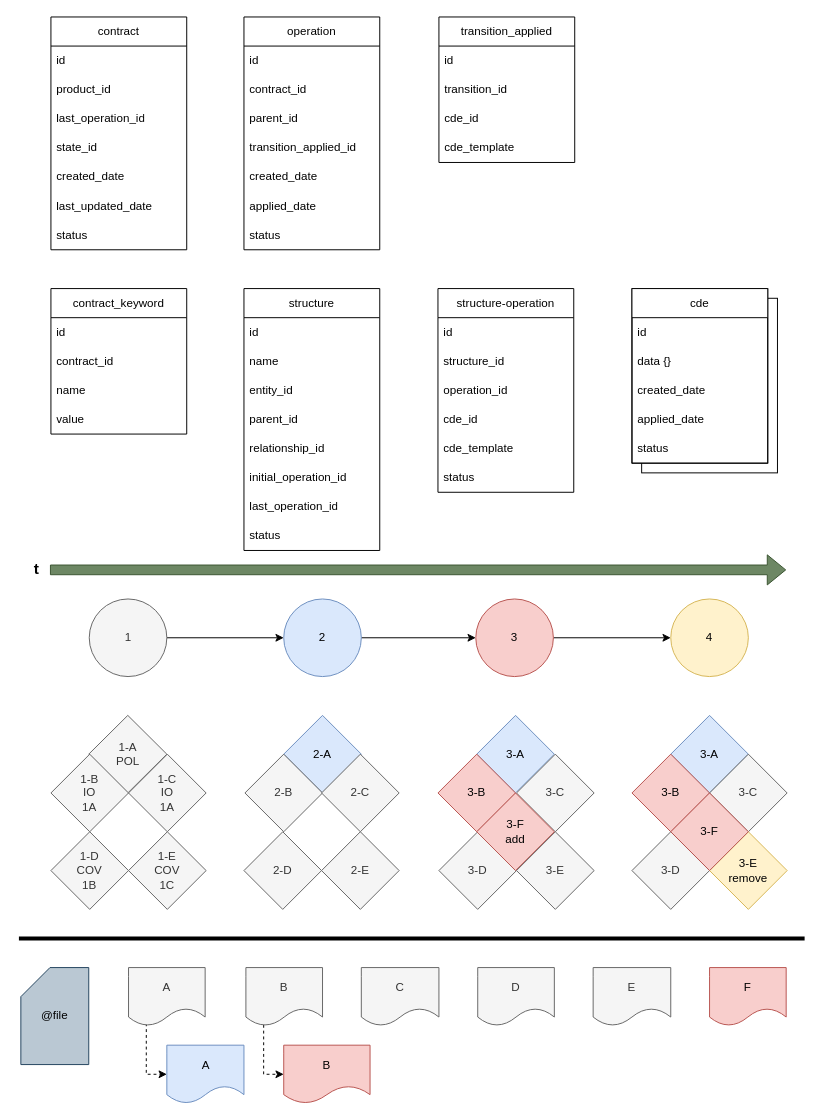
saman-core/docs keeps this draw.io diagram as page "Página-2" (7 of 8) of event.drawio. Above is the earlier version. Source tidied: cells renumbered, new cells numbered last; positions are measured from the earlier drawing's top-left corner, leaving out a move shared by most shapes. Both pictures are drawn from the tidied source at 97%, with x=0, y=0 at pixel (18, 16).
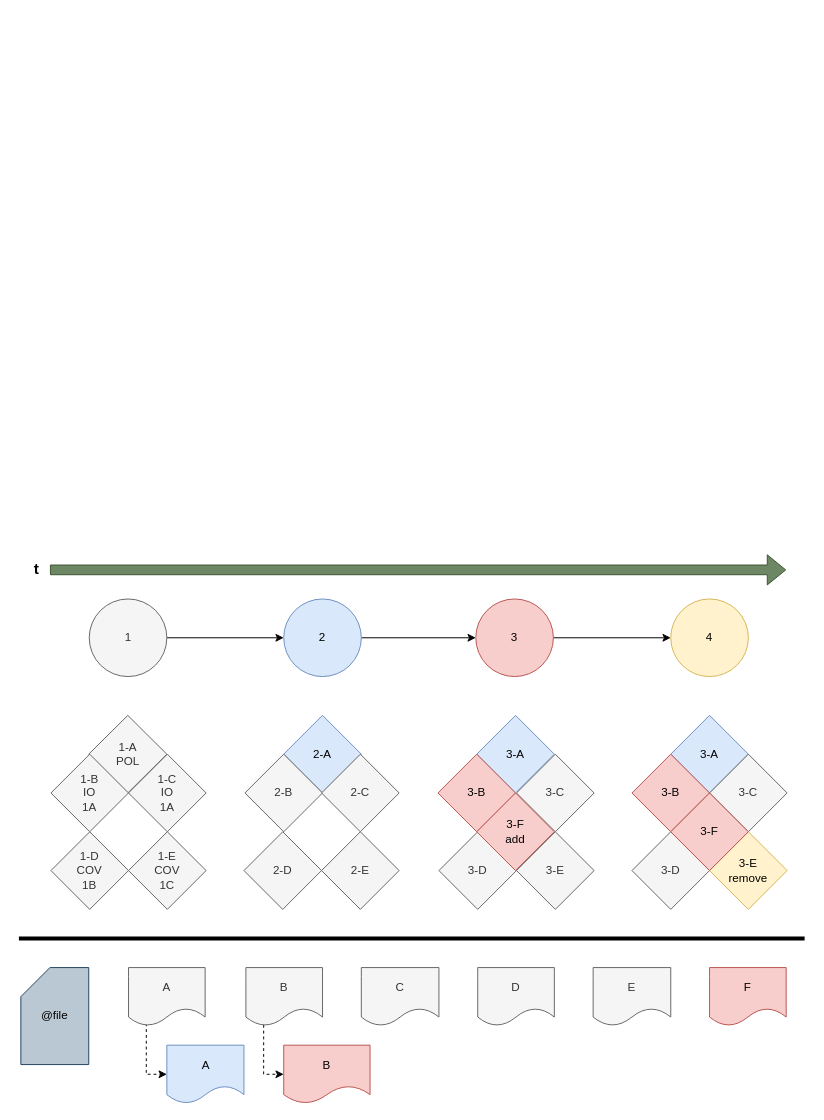
Above is the later version.

Change to the diagram source:
```diff
@@
-    <mxCell id="2" style="rounded=0;whiteSpace=wrap;html=1;" parent="1" vertex="1">
-      <mxGeometry x="642" y="290" width="140" height="180" as="geometry" />
-    </mxCell>
-    <mxCell id="3" style="rounded=0;whiteSpace=wrap;html=1;" parent="1" vertex="1">
-      <mxGeometry x="632" y="280" width="140" height="180" as="geometry" />
-    </mxCell>
@@
-    <mxCell id="43" value="operation" style="swimlane;fontStyle=0;horizontal=1;startSize=30;whiteSpace=wrap;html=1;" parent="1" vertex="1">
-      <mxGeometry x="232" width="140" height="240" as="geometry" />
-    </mxCell>
-    <mxCell id="44" value="id" style="text;align=left;verticalAlign=middle;spacingLeft=4;spacingRight=4;overflow=hidden;whiteSpace=wrap;html=1;" parent="43" vertex="1">
-      <mxGeometry y="30" width="140" height="30" as="geometry" />
-    </mxCell>
-    <mxCell id="45" value="&lt;span style=&quot;text-align: center;&quot;&gt;contract&lt;/span&gt;_id" style="text;align=left;verticalAlign=middle;spacingLeft=4;spacingRight=4;overflow=hidden;whiteSpace=wrap;html=1;" parent="43" vertex="1">
-      <mxGeometry y="60" width="140" height="30" as="geometry" />
-    </mxCell>
-    <mxCell id="46" value="parent_id" style="text;align=left;verticalAlign=middle;spacingLeft=4;spacingRight=4;overflow=hidden;whiteSpace=wrap;html=1;" parent="43" vertex="1">
-      <mxGeometry y="90" width="140" height="30" as="geometry" />
-    </mxCell>
-    <mxCell id="47" value="&lt;span style=&quot;text-align: center;&quot;&gt;transition_applied_id&lt;/span&gt;" style="text;align=left;verticalAlign=middle;spacingLeft=4;spacingRight=4;overflow=hidden;whiteSpace=wrap;html=1;" parent="43" vertex="1">
-      <mxGeometry y="120" width="140" height="30" as="geometry" />
-    </mxCell>
-    <mxCell id="48" value="created&lt;span style=&quot;background-color: initial;&quot;&gt;_date&lt;/span&gt;" style="text;align=left;verticalAlign=middle;spacingLeft=4;spacingRight=4;overflow=hidden;whiteSpace=wrap;html=1;" parent="43" vertex="1">
-      <mxGeometry y="150" width="140" height="30" as="geometry" />
-    </mxCell>
-    <mxCell id="49" value="applied_date" style="text;align=left;verticalAlign=middle;spacingLeft=4;spacingRight=4;overflow=hidden;whiteSpace=wrap;html=1;" parent="43" vertex="1">
-      <mxGeometry y="180" width="140" height="30" as="geometry" />
-    </mxCell>
-    <mxCell id="50" value="status" style="text;align=left;verticalAlign=middle;spacingLeft=4;spacingRight=4;overflow=hidden;whiteSpace=wrap;html=1;" parent="43" vertex="1">
-      <mxGeometry y="210" width="140" height="30" as="geometry" />
-    </mxCell>
-    <mxCell id="51" value="&lt;span style=&quot;text-align: left;&quot;&gt;structure-operation&lt;/span&gt;" style="swimlane;fontStyle=0;horizontal=1;startSize=30;whiteSpace=wrap;html=1;" parent="1" vertex="1">
-      <mxGeometry x="432" y="280" width="140" height="210" as="geometry" />
-    </mxCell>
-    <mxCell id="52" value="&lt;span style=&quot;background-color: transparent; color: light-dark(rgb(0, 0, 0), rgb(255, 255, 255));&quot;&gt;id&lt;/span&gt;" style="text;align=left;verticalAlign=middle;spacingLeft=4;spacingRight=4;overflow=hidden;whiteSpace=wrap;html=1;" parent="51" vertex="1">
-      <mxGeometry y="30" width="140" height="30" as="geometry" />
-    </mxCell>
-    <mxCell id="53" value="structure&lt;span style=&quot;background-color: transparent; color: light-dark(rgb(0, 0, 0), rgb(255, 255, 255));&quot;&gt;_id&lt;/span&gt;" style="text;align=left;verticalAlign=middle;spacingLeft=4;spacingRight=4;overflow=hidden;whiteSpace=wrap;html=1;" parent="51" vertex="1">
-      <mxGeometry y="60" width="140" height="30" as="geometry" />
-    </mxCell>
-    <mxCell id="54" value="operation_id" style="text;align=left;verticalAlign=middle;spacingLeft=4;spacingRight=4;overflow=hidden;whiteSpace=wrap;html=1;" parent="51" vertex="1">
-      <mxGeometry y="90" width="140" height="30" as="geometry" />
-    </mxCell>
-    <mxCell id="55" value="cde_id" style="text;align=left;verticalAlign=middle;spacingLeft=4;spacingRight=4;overflow=hidden;whiteSpace=wrap;html=1;" parent="51" vertex="1">
-      <mxGeometry y="120" width="140" height="30" as="geometry" />
-    </mxCell>
-    <mxCell id="56" value="cde_template" style="text;align=left;verticalAlign=middle;spacingLeft=4;spacingRight=4;overflow=hidden;whiteSpace=wrap;html=1;" parent="51" vertex="1">
-      <mxGeometry y="150" width="140" height="30" as="geometry" />
-    </mxCell>
-    <mxCell id="57" value="status" style="text;align=left;verticalAlign=middle;spacingLeft=4;spacingRight=4;overflow=hidden;whiteSpace=wrap;html=1;" parent="51" vertex="1">
-      <mxGeometry y="180" width="140" height="30" as="geometry" />
-    </mxCell>
-    <mxCell id="58" value="contract" style="swimlane;fontStyle=0;horizontal=1;startSize=30;whiteSpace=wrap;html=1;" parent="1" vertex="1">
-      <mxGeometry x="33" width="140" height="240" as="geometry" />
-    </mxCell>
-    <mxCell id="59" value="id" style="text;align=left;verticalAlign=middle;spacingLeft=4;spacingRight=4;overflow=hidden;whiteSpace=wrap;html=1;" parent="58" vertex="1">
-      <mxGeometry y="30" width="140" height="30" as="geometry" />
-    </mxCell>
-    <mxCell id="60" value="product_id" style="text;align=left;verticalAlign=middle;spacingLeft=4;spacingRight=4;overflow=hidden;whiteSpace=wrap;html=1;" parent="58" vertex="1">
-      <mxGeometry y="60" width="140" height="30" as="geometry" />
-    </mxCell>
-    <mxCell id="61" value="last_operation_id" style="text;align=left;verticalAlign=middle;spacingLeft=4;spacingRight=4;overflow=hidden;whiteSpace=wrap;html=1;" parent="58" vertex="1">
-      <mxGeometry y="90" width="140" height="30" as="geometry" />
-    </mxCell>
-    <mxCell id="62" value="state_id" style="text;align=left;verticalAlign=middle;spacingLeft=4;spacingRight=4;overflow=hidden;whiteSpace=wrap;html=1;" parent="58" vertex="1">
-      <mxGeometry y="120" width="140" height="30" as="geometry" />
-    </mxCell>
-    <mxCell id="63" value="created_date" style="text;align=left;verticalAlign=middle;spacingLeft=4;spacingRight=4;overflow=hidden;whiteSpace=wrap;html=1;" parent="58" vertex="1">
-      <mxGeometry y="150" width="140" height="30" as="geometry" />
-    </mxCell>
-    <mxCell id="64" value="last_updated_date" style="text;align=left;verticalAlign=middle;spacingLeft=4;spacingRight=4;overflow=hidden;whiteSpace=wrap;html=1;" parent="58" vertex="1">
-      <mxGeometry y="180" width="140" height="30" as="geometry" />
-    </mxCell>
-    <mxCell id="65" value="status" style="text;align=left;verticalAlign=middle;spacingLeft=4;spacingRight=4;overflow=hidden;whiteSpace=wrap;html=1;" parent="58" vertex="1">
-      <mxGeometry y="210" width="140" height="30" as="geometry" />
-    </mxCell>
@@
-    <mxCell id="67" value="transition_applied" style="swimlane;fontStyle=0;horizontal=1;startSize=30;whiteSpace=wrap;html=1;" parent="1" vertex="1">
-      <mxGeometry x="433" width="140" height="150" as="geometry" />
-    </mxCell>
-    <mxCell id="68" value="id" style="text;strokeColor=none;fillColor=none;align=left;verticalAlign=middle;spacingLeft=4;spacingRight=4;overflow=hidden;whiteSpace=wrap;html=1;" parent="67" vertex="1">
-      <mxGeometry y="30" width="140" height="30" as="geometry" />
-    </mxCell>
-    <mxCell id="69" value="transition_id" style="text;strokeColor=none;fillColor=none;align=left;verticalAlign=middle;spacingLeft=4;spacingRight=4;overflow=hidden;whiteSpace=wrap;html=1;" parent="67" vertex="1">
-      <mxGeometry y="60" width="140" height="30" as="geometry" />
-    </mxCell>
-    <mxCell id="70" value="cde_id" style="text;strokeColor=none;fillColor=none;align=left;verticalAlign=middle;spacingLeft=4;spacingRight=4;overflow=hidden;whiteSpace=wrap;html=1;" parent="67" vertex="1">
-      <mxGeometry y="90" width="140" height="30" as="geometry" />
-    </mxCell>
-    <mxCell id="71" value="cde_template" style="text;strokeColor=none;fillColor=none;align=left;verticalAlign=middle;spacingLeft=4;spacingRight=4;overflow=hidden;whiteSpace=wrap;html=1;" parent="67" vertex="1">
-      <mxGeometry y="120" width="140" height="30" as="geometry" />
-    </mxCell>
-    <mxCell id="72" value="contract_keyword" style="swimlane;fontStyle=0;horizontal=1;startSize=30;whiteSpace=wrap;html=1;" parent="1" vertex="1">
-      <mxGeometry x="33" y="280" width="140" height="150" as="geometry" />
-    </mxCell>
-    <mxCell id="73" value="id" style="text;strokeColor=none;fillColor=none;align=left;verticalAlign=middle;spacingLeft=4;spacingRight=4;overflow=hidden;whiteSpace=wrap;html=1;" parent="72" vertex="1">
-      <mxGeometry y="30" width="140" height="30" as="geometry" />
-    </mxCell>
-    <mxCell id="74" value="&lt;span style=&quot;text-align: center;&quot;&gt;contract&lt;/span&gt;_id" style="text;strokeColor=none;fillColor=none;align=left;verticalAlign=middle;spacingLeft=4;spacingRight=4;overflow=hidden;whiteSpace=wrap;html=1;" parent="72" vertex="1">
-      <mxGeometry y="60" width="140" height="30" as="geometry" />
-    </mxCell>
-    <mxCell id="75" value="name" style="text;strokeColor=none;fillColor=none;align=left;verticalAlign=middle;spacingLeft=4;spacingRight=4;overflow=hidden;whiteSpace=wrap;html=1;" parent="72" vertex="1">
-      <mxGeometry y="90" width="140" height="30" as="geometry" />
-    </mxCell>
-    <mxCell id="76" value="value" style="text;strokeColor=none;fillColor=none;align=left;verticalAlign=middle;spacingLeft=4;spacingRight=4;overflow=hidden;whiteSpace=wrap;html=1;" parent="72" vertex="1">
-      <mxGeometry y="120" width="140" height="30" as="geometry" />
-    </mxCell>
-    <mxCell id="77" value="cde" style="swimlane;fontStyle=0;horizontal=1;startSize=30;whiteSpace=wrap;html=1;" parent="1" vertex="1">
-      <mxGeometry x="632" y="280" width="140" height="180" as="geometry" />
-    </mxCell>
-    <mxCell id="78" value="id" style="text;align=left;verticalAlign=middle;spacingLeft=4;spacingRight=4;overflow=hidden;whiteSpace=wrap;html=1;" parent="77" vertex="1">
-      <mxGeometry y="30" width="140" height="30" as="geometry" />
-    </mxCell>
-    <mxCell id="79" value="data {}" style="text;align=left;verticalAlign=middle;spacingLeft=4;spacingRight=4;overflow=hidden;whiteSpace=wrap;html=1;" parent="77" vertex="1">
-      <mxGeometry y="60" width="140" height="30" as="geometry" />
-    </mxCell>
-    <mxCell id="80" value="created_date" style="text;align=left;verticalAlign=middle;spacingLeft=4;spacingRight=4;overflow=hidden;whiteSpace=wrap;html=1;" parent="77" vertex="1">
-      <mxGeometry y="90" width="140" height="30" as="geometry" />
-    </mxCell>
-    <mxCell id="81" value="applied_date" style="text;align=left;verticalAlign=middle;spacingLeft=4;spacingRight=4;overflow=hidden;whiteSpace=wrap;html=1;" parent="77" vertex="1">
-      <mxGeometry y="120" width="140" height="30" as="geometry" />
-    </mxCell>
-    <mxCell id="82" value="status" style="text;align=left;verticalAlign=middle;spacingLeft=4;spacingRight=4;overflow=hidden;whiteSpace=wrap;html=1;" parent="77" vertex="1">
-      <mxGeometry y="150" width="140" height="30" as="geometry" />
-    </mxCell>
@@
-    <mxCell id="86" value="&lt;span style=&quot;text-align: left;&quot;&gt;structure&lt;/span&gt;" style="swimlane;fontStyle=0;horizontal=1;startSize=30;whiteSpace=wrap;html=1;" parent="1" vertex="1">
-      <mxGeometry x="232" y="280" width="140" height="270" as="geometry" />
-    </mxCell>
-    <mxCell id="87" value="id" style="text;strokeColor=none;fillColor=none;align=left;verticalAlign=middle;spacingLeft=4;spacingRight=4;overflow=hidden;whiteSpace=wrap;html=1;" parent="86" vertex="1">
-      <mxGeometry y="30" width="140" height="30" as="geometry" />
-    </mxCell>
-    <mxCell id="88" value="name" style="text;strokeColor=none;fillColor=none;align=left;verticalAlign=middle;spacingLeft=4;spacingRight=4;overflow=hidden;whiteSpace=wrap;html=1;" parent="86" vertex="1">
-      <mxGeometry y="60" width="140" height="30" as="geometry" />
-    </mxCell>
-    <mxCell id="89" value="entity_id" style="text;strokeColor=none;fillColor=none;align=left;verticalAlign=middle;spacingLeft=4;spacingRight=4;overflow=hidden;whiteSpace=wrap;html=1;" parent="86" vertex="1">
-      <mxGeometry y="90" width="140" height="30" as="geometry" />
-    </mxCell>
-    <mxCell id="90" value="parent_id" style="text;strokeColor=none;fillColor=none;align=left;verticalAlign=middle;spacingLeft=4;spacingRight=4;overflow=hidden;whiteSpace=wrap;html=1;" parent="86" vertex="1">
-      <mxGeometry y="120" width="140" height="30" as="geometry" />
-    </mxCell>
-    <mxCell id="91" value="relationship_id" style="text;strokeColor=none;fillColor=none;align=left;verticalAlign=middle;spacingLeft=4;spacingRight=4;overflow=hidden;whiteSpace=wrap;html=1;" parent="86" vertex="1">
-      <mxGeometry y="150" width="140" height="30" as="geometry" />
-    </mxCell>
-    <mxCell id="92" value="initial_operation_id" style="text;strokeColor=none;fillColor=none;align=left;verticalAlign=middle;spacingLeft=4;spacingRight=4;overflow=hidden;whiteSpace=wrap;html=1;" parent="86" vertex="1">
-      <mxGeometry y="180" width="140" height="30" as="geometry" />
-    </mxCell>
-    <mxCell id="93" value="last_operation_id" style="text;strokeColor=none;fillColor=none;align=left;verticalAlign=middle;spacingLeft=4;spacingRight=4;overflow=hidden;whiteSpace=wrap;html=1;" parent="86" vertex="1">
-      <mxGeometry y="210" width="140" height="30" as="geometry" />
-    </mxCell>
-    <mxCell id="94" value="status" style="text;strokeColor=none;fillColor=none;align=left;verticalAlign=middle;spacingLeft=4;spacingRight=4;overflow=hidden;whiteSpace=wrap;html=1;" parent="86" vertex="1">
-      <mxGeometry y="240" width="140" height="30" as="geometry" />
-    </mxCell>
```
